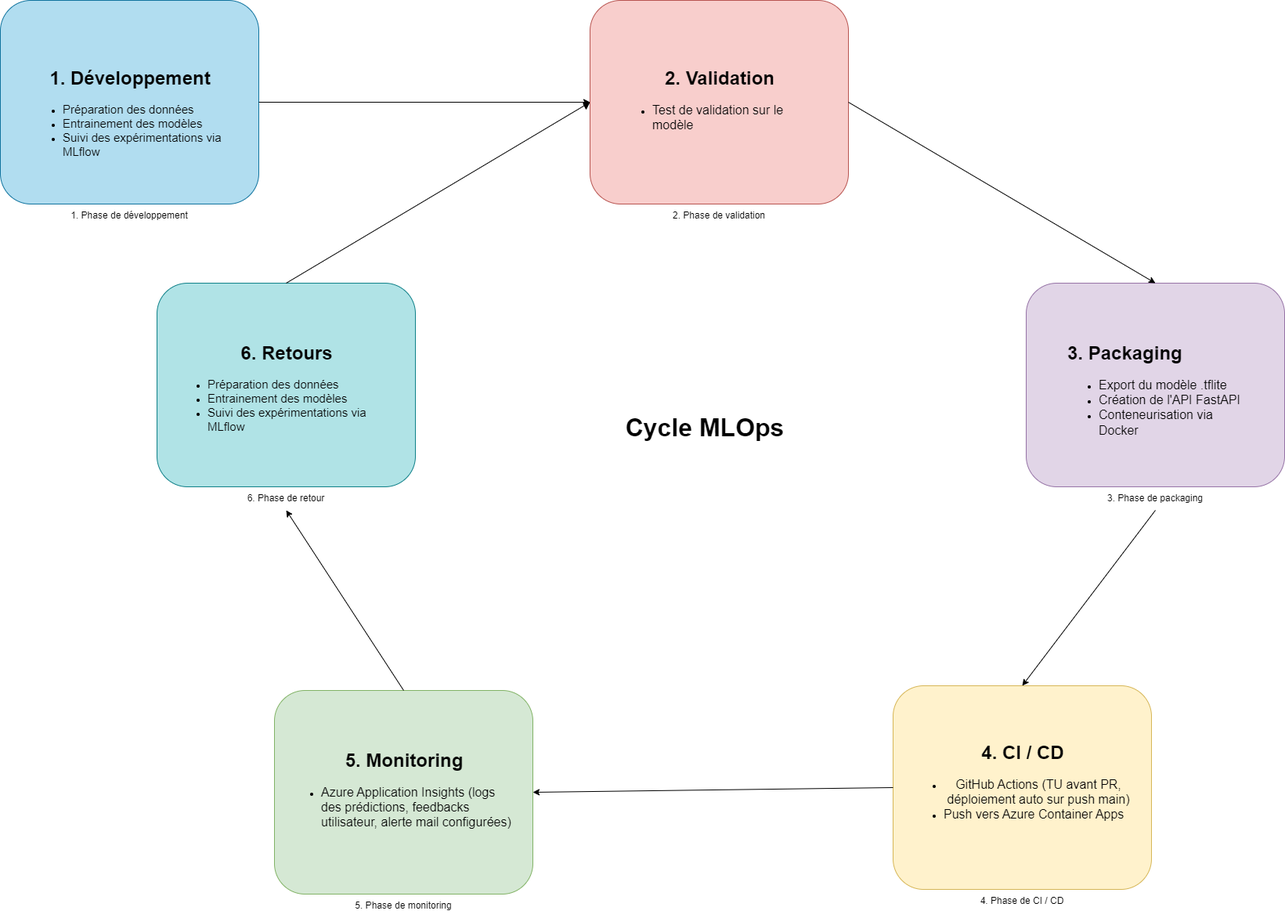
Earlier version of the draw.io export images/cycleMLOps.png (joelle-jnbaptiste/AnalyseSentimentArticle). Source tidied: cells renumbered, new cells last; positions are measured from the earlier drawing's top-left corner, leaving out a move shared by most shapes.
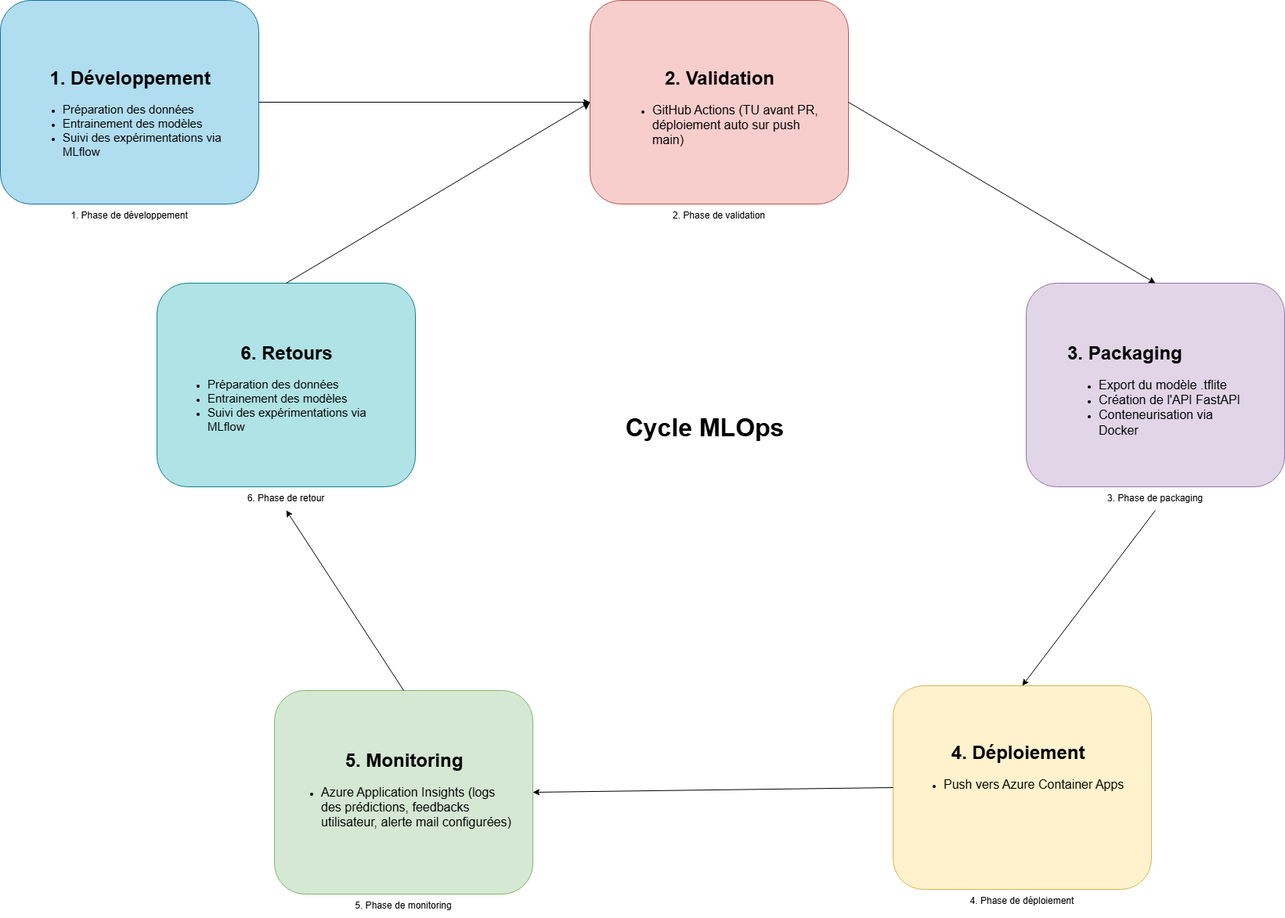
The same file after the commit.

Diff of the diagram source:
```diff
@@ -31,7 +31,7 @@
     <mxCell id="10" value="3. Phase de packaging" style="text;html=1;strokeColor=none;fillColor=none;align=center;verticalAlign=middle;whiteSpace=wrap;rounded=0;" parent="1" vertex="1">
       <mxGeometry x="1390" y="621" width="170" height="30" as="geometry" />
     </mxCell>
-    <mxCell id="11" value="4. Phase de CI / CD" style="text;html=1;strokeColor=none;fillColor=none;align=center;verticalAlign=middle;whiteSpace=wrap;rounded=0;" parent="1" vertex="1">
+    <mxCell id="11" value="4. Phase de déploiement" style="text;html=1;strokeColor=none;fillColor=none;align=center;verticalAlign=middle;whiteSpace=wrap;rounded=0;" parent="1" vertex="1">
       <mxGeometry x="1220" y="1135" width="170" height="30" as="geometry" />
     </mxCell>
     <mxCell id="12" value="5. Phase de monitoring" style="text;html=1;strokeColor=none;fillColor=none;align=center;verticalAlign=middle;whiteSpace=wrap;rounded=0;" parent="1" vertex="1">
@@ -40,13 +40,13 @@
     <mxCell id="13" value="&lt;h1 style=&quot;text-align: center;&quot;&gt;1. Développement&lt;/h1&gt;&lt;p&gt;&lt;/p&gt;&lt;ul&gt;&lt;li&gt;&lt;font style=&quot;font-size: 15px;&quot;&gt;Préparation des données&lt;/font&gt;&lt;/li&gt;&lt;li&gt;&lt;font style=&quot;font-size: 15px;&quot;&gt;Entrainement des modèles&lt;/font&gt;&lt;/li&gt;&lt;li&gt;&lt;font style=&quot;font-size: 15px;&quot;&gt;Suivi des expérimentations via MLflow&lt;/font&gt;&lt;/li&gt;&lt;/ul&gt;&lt;p&gt;&lt;/p&gt;" style="text;html=1;strokeColor=none;fillColor=none;spacing=5;spacingTop=-20;whiteSpace=wrap;overflow=hidden;rounded=0;" parent="1" vertex="1">
       <mxGeometry x="35" y="80" width="260" height="120" as="geometry" />
     </mxCell>
-    <mxCell id="14" value="&lt;h1 style=&quot;text-align: center;&quot;&gt;2. Validation&lt;/h1&gt;&lt;p&gt;&lt;/p&gt;&lt;ul&gt;&lt;li&gt;&lt;font style=&quot;font-size: 16px;&quot;&gt;Test de validation sur le modèle&lt;/font&gt;&lt;/li&gt;&lt;/ul&gt;&lt;p&gt;&lt;/p&gt;" style="text;html=1;strokeColor=none;fillColor=none;spacing=5;spacingTop=-20;whiteSpace=wrap;overflow=hidden;rounded=0;" parent="1" vertex="1">
+    <mxCell id="14" value="&lt;h1 style=&quot;text-align: center;&quot;&gt;2. Validation&lt;/h1&gt;&lt;p&gt;&lt;/p&gt;&lt;ul&gt;&lt;li&gt;&lt;span style=&quot;font-size: 16px; text-align: center;&quot;&gt;GitHub Actions (TU avant PR, déploiement auto sur push main)&lt;/span&gt;&lt;/li&gt;&lt;/ul&gt;&lt;p&gt;&lt;/p&gt;" style="text;html=1;strokeColor=none;fillColor=none;spacing=5;spacingTop=-20;whiteSpace=wrap;overflow=hidden;rounded=0;" parent="1" vertex="1">
       <mxGeometry x="788" y="80" width="260" height="120" as="geometry" />
     </mxCell>
     <mxCell id="15" value="&lt;h1&gt;3. Packaging&lt;/h1&gt;&lt;p&gt;&lt;/p&gt;&lt;ul&gt;&lt;li&gt;&lt;font style=&quot;font-size: 16px;&quot;&gt;Export du modèle .tflite&lt;/font&gt;&lt;/li&gt;&lt;li&gt;&lt;font style=&quot;font-size: 16px;&quot;&gt;Création de l'API FastAPI&lt;/font&gt;&lt;/li&gt;&lt;li&gt;&lt;font style=&quot;font-size: 16px;&quot;&gt;Conteneurisation via Docker&lt;/font&gt;&lt;/li&gt;&lt;/ul&gt;&lt;p&gt;&lt;/p&gt;" style="text;html=1;strokeColor=none;fillColor=none;spacing=5;spacingTop=-20;whiteSpace=wrap;overflow=hidden;rounded=0;" parent="1" vertex="1">
       <mxGeometry x="1357.5" y="431" width="235" height="130" as="geometry" />
     </mxCell>
-    <mxCell id="16" value="&lt;h1 style=&quot;text-align: center;&quot;&gt;4. CI / CD&lt;/h1&gt;&lt;p&gt;&lt;/p&gt;&lt;ul&gt;&lt;li style=&quot;text-align: center;&quot;&gt;&lt;font style=&quot;font-size: 16px;&quot;&gt;GitHub Actions (TU avant PR, déploiement auto sur push main)&lt;/font&gt;&lt;/li&gt;&lt;li&gt;&lt;font style=&quot;font-size: 16px;&quot;&gt;Push vers Azure Container Apps&lt;/font&gt;&lt;/li&gt;&lt;/ul&gt;&lt;p&gt;&lt;/p&gt;" style="text;html=1;strokeColor=none;fillColor=none;spacing=5;spacingTop=-20;whiteSpace=wrap;overflow=hidden;rounded=0;" parent="1" vertex="1">
+    <mxCell id="16" value="&lt;h1 style=&quot;text-align: center;&quot;&gt;4. Déploiement&lt;/h1&gt;&lt;ul&gt;&lt;li&gt;&lt;font style=&quot;font-size: 16px;&quot;&gt;Push vers Azure Container Apps&lt;/font&gt;&lt;/li&gt;&lt;/ul&gt;&lt;p&gt;&lt;/p&gt;" style="text;html=1;strokeColor=none;fillColor=none;spacing=5;spacingTop=-20;whiteSpace=wrap;overflow=hidden;rounded=0;" parent="1" vertex="1">
       <mxGeometry x="1160" y="941" width="290" height="166" as="geometry" />
     </mxCell>
     <mxCell id="17" value="&lt;h1 style=&quot;text-align: center;&quot;&gt;5. Monitoring&lt;/h1&gt;&lt;p&gt;&lt;/p&gt;&lt;ul&gt;&lt;li&gt;&lt;font style=&quot;font-size: 16px;&quot;&gt;Azure Application Insights (logs des prédictions, feedbacks utilisateur, alerte mail configurées)&lt;/font&gt;&lt;/li&gt;&lt;/ul&gt;&lt;p&gt;&lt;/p&gt;" style="text;html=1;strokeColor=none;fillColor=none;spacing=5;spacingTop=-20;whiteSpace=wrap;overflow=hidden;rounded=0;" parent="1" vertex="1">
```
